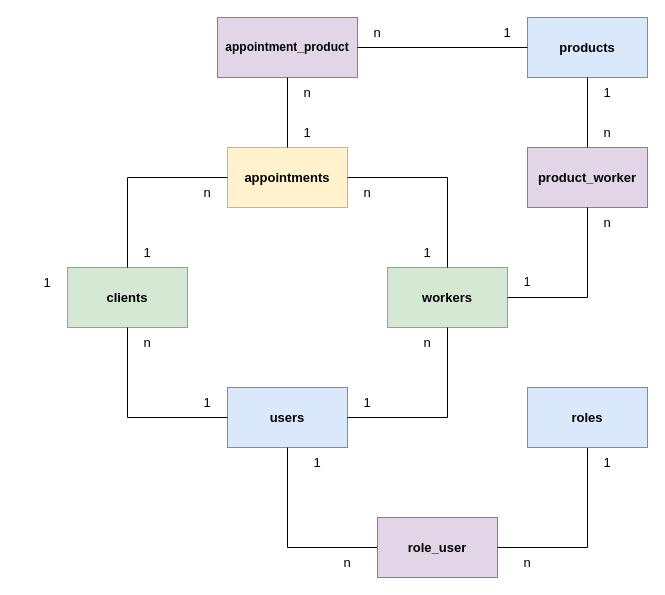
AndresLabat/Proyecto4estudioDeTatuajes keeps this draw.io diagram as relaciones tablas/relaciones entre tablas.drawio. Above is the earlier version. Source tidied: cells renumbered, new cells numbered last; positions are measured from the earlier drawing's top-left corner, leaving out a move shared by most shapes. Both pictures are drawn from the tidied source at 100%, with x=0, y=0 at pixel (17, 17).
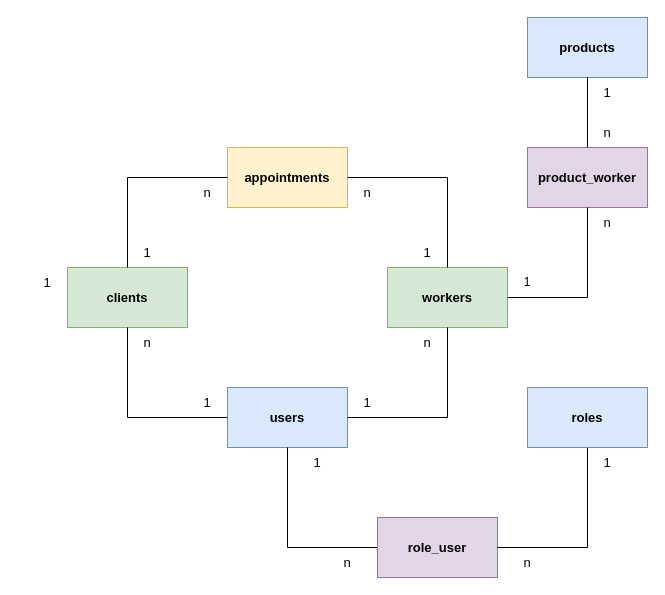
After the change.

The change refers to these unchanged cells:
```xml
<mxCell id="19" value="appointments" style="rounded=0;whiteSpace=wrap;html=1;fillColor=#fff2cc;strokeColor=#d6b656;fontStyle=1;fontSize=13;" parent="1" vertex="1">
  <mxGeometry x="210" y="130" width="120" height="60" as="geometry" />
</mxCell>
<mxCell id="27" value="products" style="rounded=0;whiteSpace=wrap;html=1;fillColor=#dae8fc;strokeColor=#6c8ebf;fontStyle=1;fontSize=13;" parent="1" vertex="1">
  <mxGeometry x="510" width="120" height="60" as="geometry" />
</mxCell>
```

The edit, as a diff of the source:
```diff
@@
-    <mxCell id="35" value="appointment_product" style="rounded=0;whiteSpace=wrap;html=1;fillColor=#e1d5e7;strokeColor=#9673a6;fontStyle=1;" parent="1" vertex="1">
-      <mxGeometry x="200" width="140" height="60" as="geometry" />
-    </mxCell>
-    <mxCell id="36" style="endArrow=none;html=1;rounded=0;exitX=0.5;exitY=0;exitDx=0;exitDy=0;entryX=0.5;entryY=1;entryDx=0;entryDy=0;" parent="1" edge="1" source="19" target="35">
-      <mxGeometry relative="1" as="geometry" />
-    </mxCell>
-    <mxCell id="37" style="endArrow=none;html=1;rounded=0;exitX=1;exitY=0.5;exitDx=0;exitDy=0;entryX=0;entryY=0.5;entryDx=0;entryDy=0;" parent="1" edge="1" source="35" target="27">
-      <mxGeometry relative="1" as="geometry" />
-    </mxCell>
-    <mxCell id="38" value="1" style="text;html=1;strokeColor=none;fillColor=none;align=center;verticalAlign=middle;whiteSpace=wrap;rounded=0;fontSize=13;" parent="1" vertex="1">
-      <mxGeometry x="460" width="60" height="30" as="geometry" />
-    </mxCell>
-    <mxCell id="39" value="1" style="text;html=1;strokeColor=none;fillColor=none;align=center;verticalAlign=middle;whiteSpace=wrap;rounded=0;fontSize=13;" parent="1" vertex="1">
-      <mxGeometry x="260" y="100" width="60" height="30" as="geometry" />
-    </mxCell>
-    <mxCell id="40" value="n" style="text;html=1;strokeColor=none;fillColor=none;align=center;verticalAlign=middle;whiteSpace=wrap;rounded=0;fontSize=13;" parent="1" vertex="1">
-      <mxGeometry x="260" y="60" width="60" height="30" as="geometry" />
-    </mxCell>
-    <mxCell id="41" value="n" style="text;html=1;strokeColor=none;fillColor=none;align=center;verticalAlign=middle;whiteSpace=wrap;rounded=0;fontSize=13;" parent="1" vertex="1">
-      <mxGeometry x="330" width="60" height="30" as="geometry" />
-    </mxCell>
```
